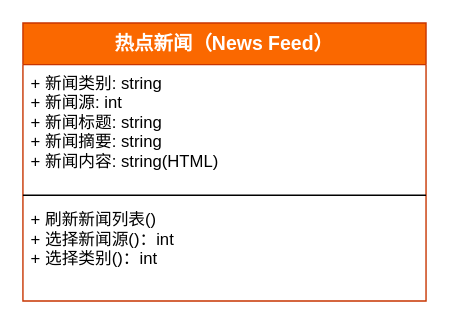
Earlier version of the draw.io diagram 1-SoftwareRequirements/NewsFeed/nf_class.drawio (zan-press/diagram). Source tidied: cells renumbered, new cells numbered last; positions are measured from the earlier drawing's top-left corner, leaving out a move shared by most shapes. Both pictures are drawn from the tidied source at 139%, with x=0, y=0 at pixel (22, 22).
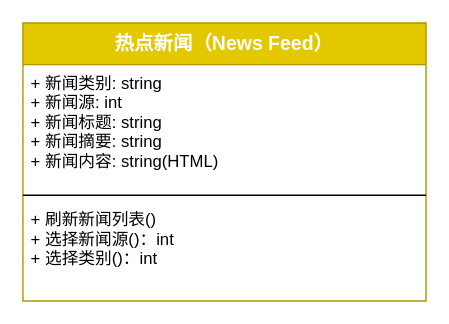
The same diagram, later.

What changed in the source:
```diff
@@
 <mxGraphModel>
   <root>
     <mxCell id="0" />
     <mxCell id="1" parent="0" />
-    <mxCell id="2" value="热点新闻（News Feed）" style="swimlane;fontStyle=1;align=center;verticalAlign=top;horizontal=1;startSize=30;fontSize=14;fillColor=#fa6800;strokeColor=#C73500;fontColor=#ffffff;" parent="1" vertex="1">
+    <mxCell id="2" value="热点新闻（News Feed）" style="swimlane;fontStyle=1;align=center;verticalAlign=top;horizontal=1;startSize=30;fontSize=14;fillColor=#e3c800;strokeColor=#B09500;fontColor=#ffffff;fontFamily=SF Mono;" parent="1" vertex="1">
       <mxGeometry width="290" height="200" as="geometry" />
     </mxCell>
-    <mxCell id="3" value="+ 新闻类别: string&#10;+ 新闻源: int&#10;+ 新闻标题: string&#10;+ 新闻摘要: string&#10;+ 新闻内容: string(HTML)" style="text;strokeColor=none;fillColor=none;align=left;verticalAlign=top;spacingLeft=4;spacingRight=4;overflow=hidden;" parent="2" vertex="1">
+    <mxCell id="3" value="+ 新闻类别: string&#10;+ 新闻源: int&#10;+ 新闻标题: string&#10;+ 新闻摘要: string&#10;+ 新闻内容: string(HTML)" style="text;strokeColor=none;fillColor=none;align=left;verticalAlign=top;spacingLeft=4;spacingRight=4;overflow=hidden;fontFamily=SF Mono;" parent="2" vertex="1">
       <mxGeometry y="30" width="290" height="90" as="geometry" />
     </mxCell>
-    <mxCell id="4" style="line;strokeWidth=1;fillColor=none;align=left;verticalAlign=middle;spacingTop=-1;spacingLeft=3;spacingRight=3;labelPosition=right;" parent="2" vertex="1">
+    <mxCell id="4" style="line;strokeWidth=1;fillColor=none;align=left;verticalAlign=middle;spacingTop=-1;spacingLeft=3;spacingRight=3;labelPosition=right;fontFamily=SF Mono;" parent="2" vertex="1">
       <mxGeometry y="120" width="290" height="8" as="geometry" />
     </mxCell>
-    <mxCell id="5" value="+ 刷新新闻列表()&#10;+ 选择新闻源()：int&#10;+ 选择类别()：int" style="text;strokeColor=none;fillColor=none;align=left;verticalAlign=top;spacingLeft=4;spacingRight=4;overflow=hidden;" parent="2" vertex="1">
+    <mxCell id="5" value="+ 刷新新闻列表()&#10;+ 选择新闻源()：int&#10;+ 选择类别()：int" style="text;strokeColor=none;fillColor=none;align=left;verticalAlign=top;spacingLeft=4;spacingRight=4;overflow=hidden;fontFamily=SF Mono;" parent="2" vertex="1">
       <mxGeometry y="128" width="290" height="72" as="geometry" />
     </mxCell>
   </root>
 </mxGraphModel>
```
